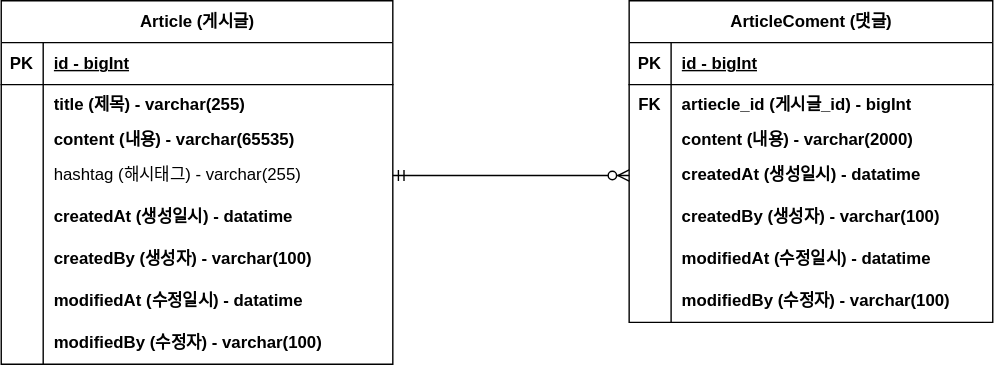
Above: project-board-erd.svg in YouDongH/fastcampus-project-board (draw.io), before the change. Source tidied: cells renumbered, new cells last; positions are measured from the earlier drawing's top-left corner, leaving out a move shared by most shapes.
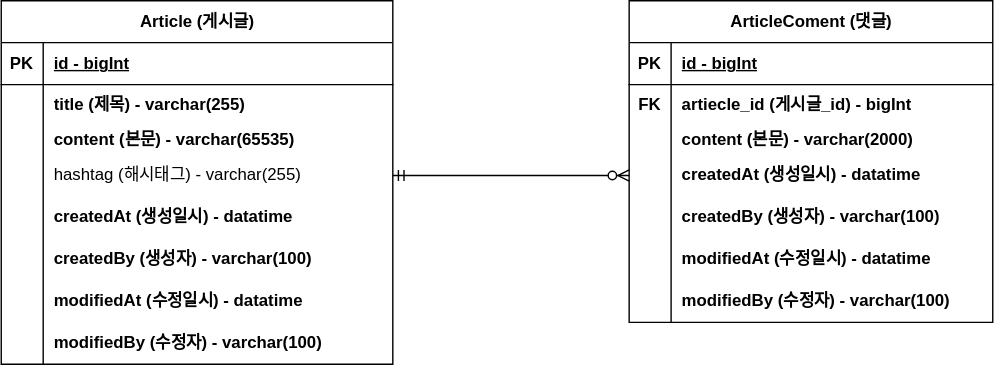
The same diagram one commit later.

Commit message:
#8 - ERD 주석 업데이트 : project-board-erd.svg

Diff of the diagram source:
```diff
@@ -29,7 +29,7 @@
     <mxCell id="10" style="shape=partialRectangle;fillColor=none;top=0;left=0;bottom=0;right=0;overflow=hidden;whiteSpace=wrap;html=1;" parent="9" vertex="1">
       <mxGeometry width="30" height="20" as="geometry" />
     </mxCell>
-    <mxCell id="11" value="content (내용)&amp;nbsp;- varchar(65535)" style="shape=partialRectangle;fillColor=none;top=0;left=0;bottom=0;right=0;align=left;spacingLeft=6;overflow=hidden;whiteSpace=wrap;html=1;fontStyle=1;" parent="9" vertex="1">
+    <mxCell id="11" value="content (본문)&amp;nbsp;- varchar(65535)" style="shape=partialRectangle;fillColor=none;top=0;left=0;bottom=0;right=0;align=left;spacingLeft=6;overflow=hidden;whiteSpace=wrap;html=1;fontStyle=1;" parent="9" vertex="1">
       <mxGeometry x="30" width="250" height="20" as="geometry" />
     </mxCell>
     <mxCell id="12" style="shape=tableRow;horizontal=0;startSize=0;swimlaneHead=0;swimlaneBody=0;fillColor=none;points=[[0,0.5],[1,0.5]];portConstraint=eastwest;top=0;left=0;right=0;bottom=0;" parent="2" vertex="1">
@@ -104,7 +104,7 @@
     <mxCell id="35" style="shape=partialRectangle;fillColor=none;top=0;left=0;bottom=0;right=0;overflow=hidden;whiteSpace=wrap;html=1;" parent="34" vertex="1">
       <mxGeometry width="30" height="20" as="geometry" />
     </mxCell>
-    <mxCell id="36" value="content (내용)&amp;nbsp;- varchar(2000)" style="shape=partialRectangle;fillColor=none;top=0;left=0;bottom=0;right=0;align=left;spacingLeft=6;overflow=hidden;whiteSpace=wrap;html=1;fontStyle=1;" parent="34" vertex="1">
+    <mxCell id="36" value="content (본문)&amp;nbsp;- varchar(2000)" style="shape=partialRectangle;fillColor=none;top=0;left=0;bottom=0;right=0;align=left;spacingLeft=6;overflow=hidden;whiteSpace=wrap;html=1;fontStyle=1;" parent="34" vertex="1">
       <mxGeometry x="30" width="230" height="20" as="geometry" />
     </mxCell>
     <mxCell id="37" style="shape=tableRow;horizontal=0;startSize=0;swimlaneHead=0;swimlaneBody=0;fillColor=none;points=[[0,0.5],[1,0.5]];portConstraint=eastwest;top=0;left=0;right=0;bottom=0;" parent="27" vertex="1">
```
